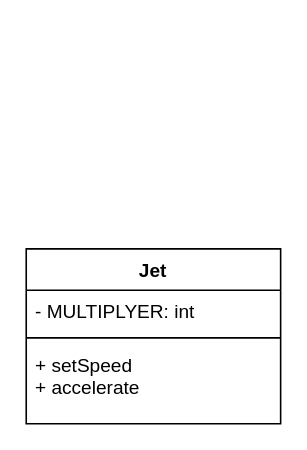
Earlier version of the draw.io diagram 6/design/classDiagram.drawio (Dominic-Madeira/ICS4U-Unit-2). Source tidied: cells renumbered, new cells numbered last; positions are measured from the earlier drawing's top-left corner, leaving out a move shared by most shapes. Both pictures are drawn from the tidied source at 159%, with x=0, y=0 at pixel (25, 248).
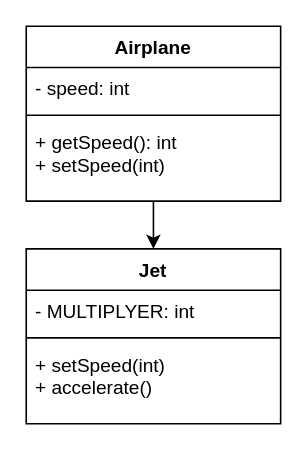
Above is the later version.

The edit, as a diff of the source:
```diff
@@
 <mxGraphModel>
   <root>
     <mxCell id="0" />
     <mxCell id="1" parent="0" />
     <mxCell id="2" value="Jet" style="swimlane;fontStyle=1;align=center;verticalAlign=top;horizontal=1;startSize=26;" parent="1" vertex="1">
       <mxGeometry width="160" height="110" as="geometry" />
     </mxCell>
     <mxCell id="3" value="- MULTIPLYER: int" style="text;strokeColor=none;fillColor=none;align=left;verticalAlign=top;spacingLeft=4;spacingRight=4;overflow=hidden;" parent="2" vertex="1">
       <mxGeometry y="26" width="160" height="26" as="geometry" />
     </mxCell>
     <mxCell id="4" style="line;strokeWidth=1;fillColor=none;align=left;verticalAlign=middle;spacingTop=-1;spacingLeft=3;spacingRight=3;labelPosition=right;strokeColor=inherit;" parent="2" vertex="1">
       <mxGeometry y="52" width="160" height="8" as="geometry" />
     </mxCell>
-    <mxCell id="5" value="+ setSpeed&#10;+ accelerate" style="text;strokeColor=none;fillColor=none;align=left;verticalAlign=top;spacingLeft=4;spacingRight=4;overflow=hidden;" parent="2" vertex="1">
+    <mxCell id="5" value="+ setSpeed(int)&#10;+ accelerate()" style="text;strokeColor=none;fillColor=none;align=left;verticalAlign=top;spacingLeft=4;spacingRight=4;overflow=hidden;" parent="2" vertex="1">
       <mxGeometry y="60" width="160" height="50" as="geometry" />
     </mxCell>
+    <mxCell id="6" style="edgeStyle=none;html=1;" parent="1" edge="1" source="7" target="2">
+      <mxGeometry relative="1" as="geometry" />
+    </mxCell>
+    <mxCell id="7" value="Airplane" style="swimlane;fontStyle=1;align=center;verticalAlign=top;horizontal=1;startSize=26;" parent="1" vertex="1">
+      <mxGeometry y="-140" width="160" height="110" as="geometry" />
+    </mxCell>
+    <mxCell id="8" value="- speed: int" style="text;strokeColor=none;fillColor=none;align=left;verticalAlign=top;spacingLeft=4;spacingRight=4;overflow=hidden;" parent="7" vertex="1">
+      <mxGeometry y="26" width="160" height="26" as="geometry" />
+    </mxCell>
+    <mxCell id="9" style="line;strokeWidth=1;fillColor=none;align=left;verticalAlign=middle;spacingTop=-1;spacingLeft=3;spacingRight=3;labelPosition=right;strokeColor=inherit;" parent="7" vertex="1">
+      <mxGeometry y="52" width="160" height="8" as="geometry" />
+    </mxCell>
+    <mxCell id="10" value="+ getSpeed(): int&#10;+ setSpeed(int)" style="text;strokeColor=none;fillColor=none;align=left;verticalAlign=top;spacingLeft=4;spacingRight=4;overflow=hidden;" parent="7" vertex="1">
+      <mxGeometry y="60" width="160" height="50" as="geometry" />
+    </mxCell>
   </root>
 </mxGraphModel>
```
